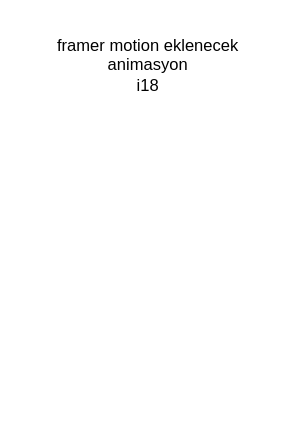
EmreeOzturk/kangoojump keeps this draw.io diagram as page "Page-2" (2 of 2) of plans.drawio. Above is the earlier version. Source tidied: cells renumbered, new cells numbered last; positions are measured from the earlier drawing's top-left corner, leaving out a move shared by most shapes. Both pictures are drawn from the tidied source at 138%, with x=0, y=0 at pixel (23, 23).
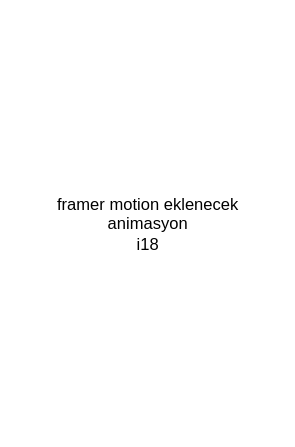
Above is the later version.

What changed in the source:
```diff
@@
 <mxGraphModel>
   <root>
     <mxCell id="0" />
     <mxCell id="1" parent="0" />
-    <mxCell id="2" value="framer motion eklenecek&lt;br&gt;animasyon&lt;br&gt;i18" style="text;html=1;strokeColor=none;fillColor=none;align=center;verticalAlign=middle;whiteSpace=wrap;rounded=0;" parent="1" vertex="1">
-      <mxGeometry width="180" height="60" as="geometry" />
+    <mxCell id="2" value="framer motion eklenecek&lt;br&gt;animasyon&lt;br&gt;i18&lt;br&gt;" style="text;html=1;strokeColor=none;fillColor=none;align=center;verticalAlign=middle;whiteSpace=wrap;rounded=0;" parent="1" vertex="1">
+      <mxGeometry width="180" height="290" as="geometry" />
     </mxCell>
   </root>
 </mxGraphModel>
```
